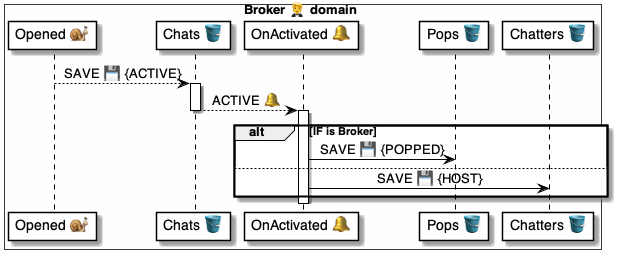
Earlier version of the PlantUML export 4 ⚙️ Solution/20 🧑‍🦰 UI/Brokers 🤵/🤵🪣 Broker tables/Chats 💬 table/🪣🔔 6 Activated/🤵 OnChatActivated ⚙️ uml.png (pollyweb-org/pollyweb-docs). Its source is kept beside it as 4 ⚙️ Solution/20 🧑‍🦰 UI/Brokers 🤵/🤵🪣 Broker tables/Chats 💬 table/🪣🔔 6 Activated/🤵 OnChatActivated ⚙️ uml.puml.
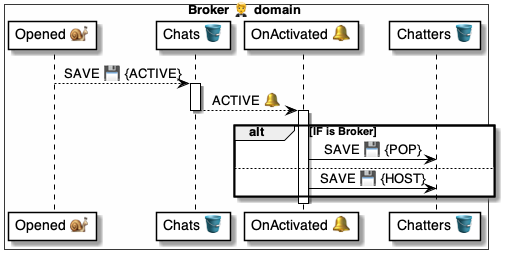
Later version of the same file.

Diff of the diagram source:
```diff
@@ -5,7 +5,6 @@
     participant "Opened 🐌" as opened
     participant "Chats 🪣" as chats
     participant "OnActivated 🔔" as handler
-    participant "Pops 🪣" as pops
     participant "Chatters 🪣" as chatters
 end box
 
@@ -17,7 +16,7 @@
 
 activate handler
     alt IF is Broker
-        handler -> pops: SAVE 💾 {POPPED}
+        handler -> chatters: SAVE 💾 {POP}
     else
         handler -> chatters: SAVE 💾 {HOST}
     end alt
```
